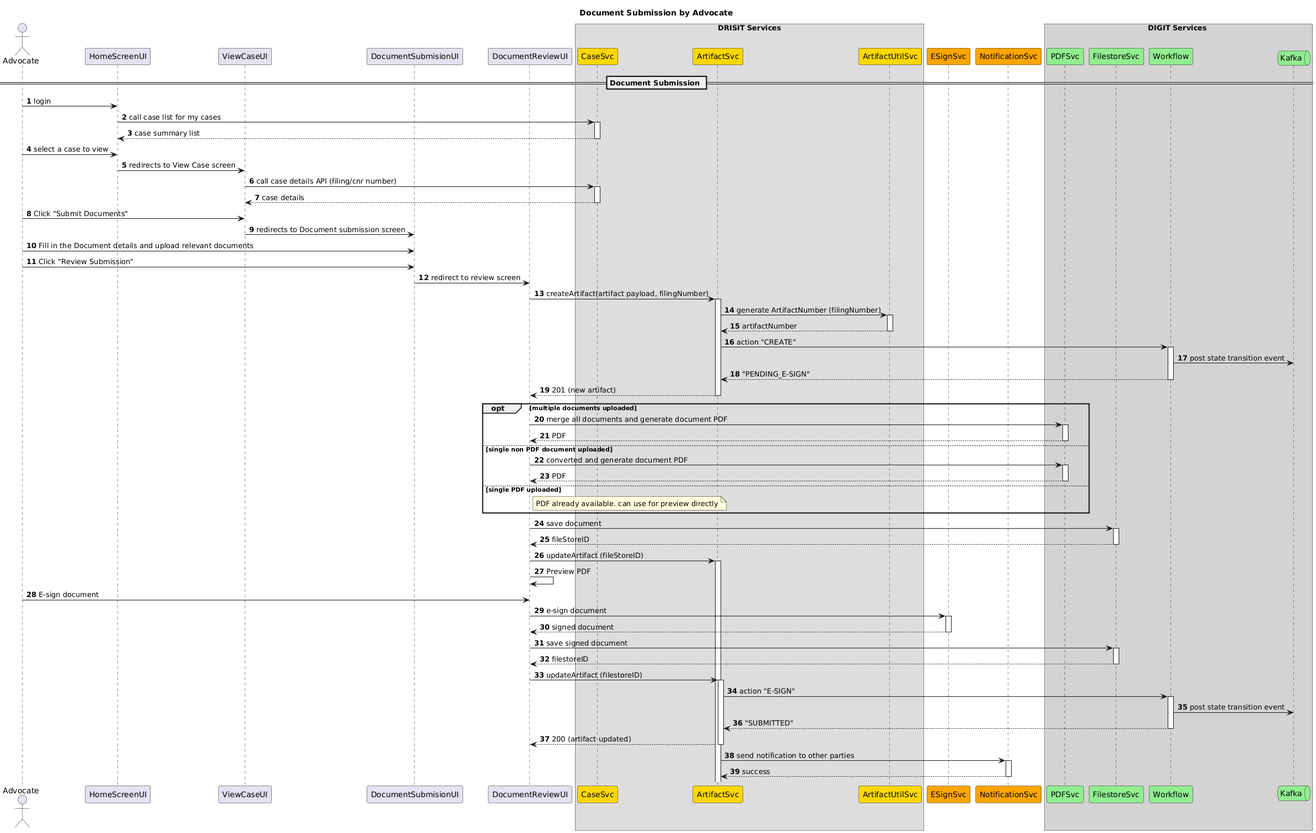
pucardotorg/dristi keeps this PlantUML diagram as docs/UI_Sequence_Diagrams/DocumentSubmission/Diagrams/Advocate_Document_Submission.png. Above is the earlier version.
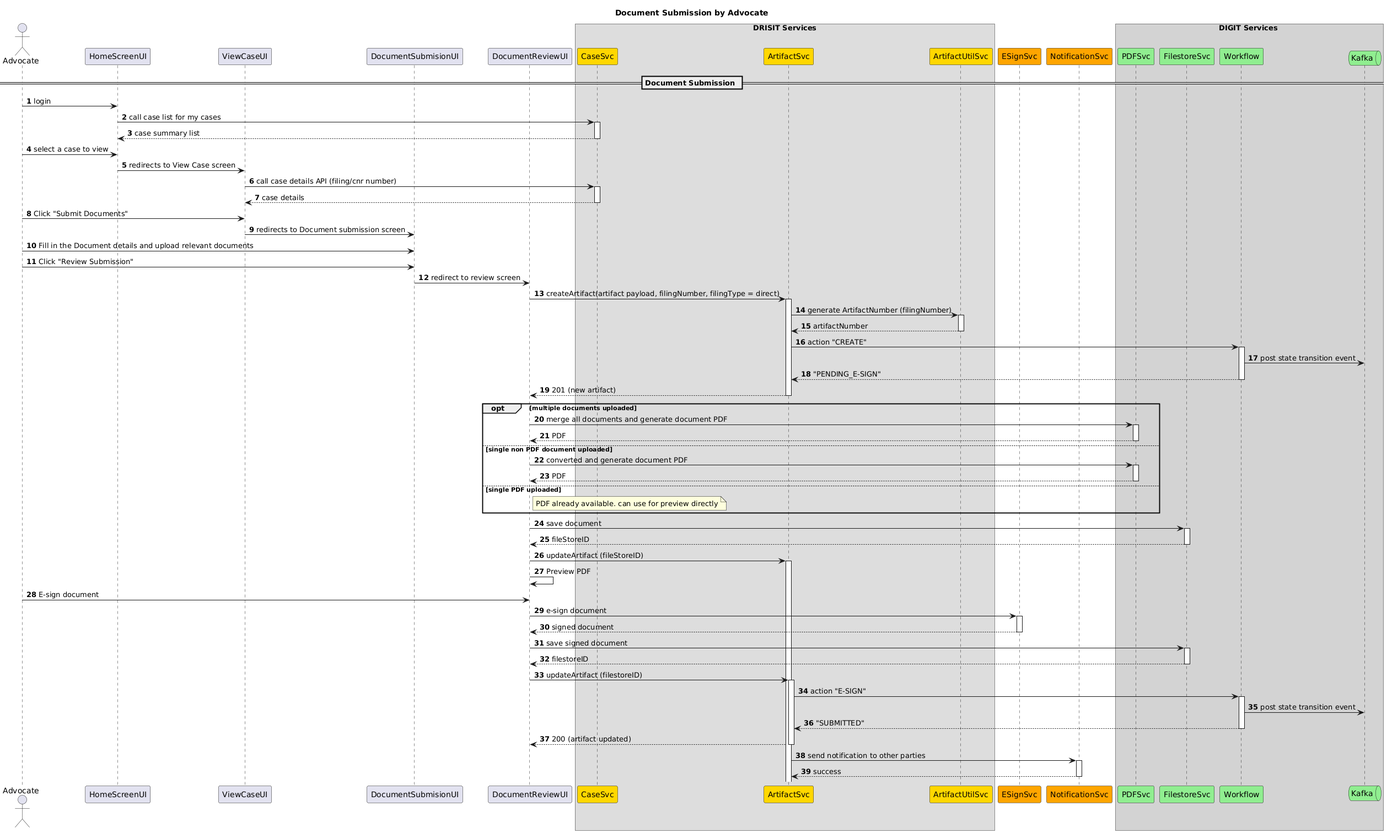
Later version of the same file.

Commit message:
updated sequence diagram for document submission

What changed in the source:
```diff
@@ -40,7 +40,7 @@
 A->DU: Fill in the Document details and upload relevant documents
 A->DU: Click "Review Submission"
 DU->DRU: redirect to review screen
-DRU->ARS++: createArtifact(artifact payload, filingNumber)
+DRU->ARS++: createArtifact(artifact payload, filingNumber, filingType = direct)
 ARS->ARUS++: generate ArtifactNumber (filingNumber)
 return artifactNumber
 ARS->W++: action "CREATE"
```
